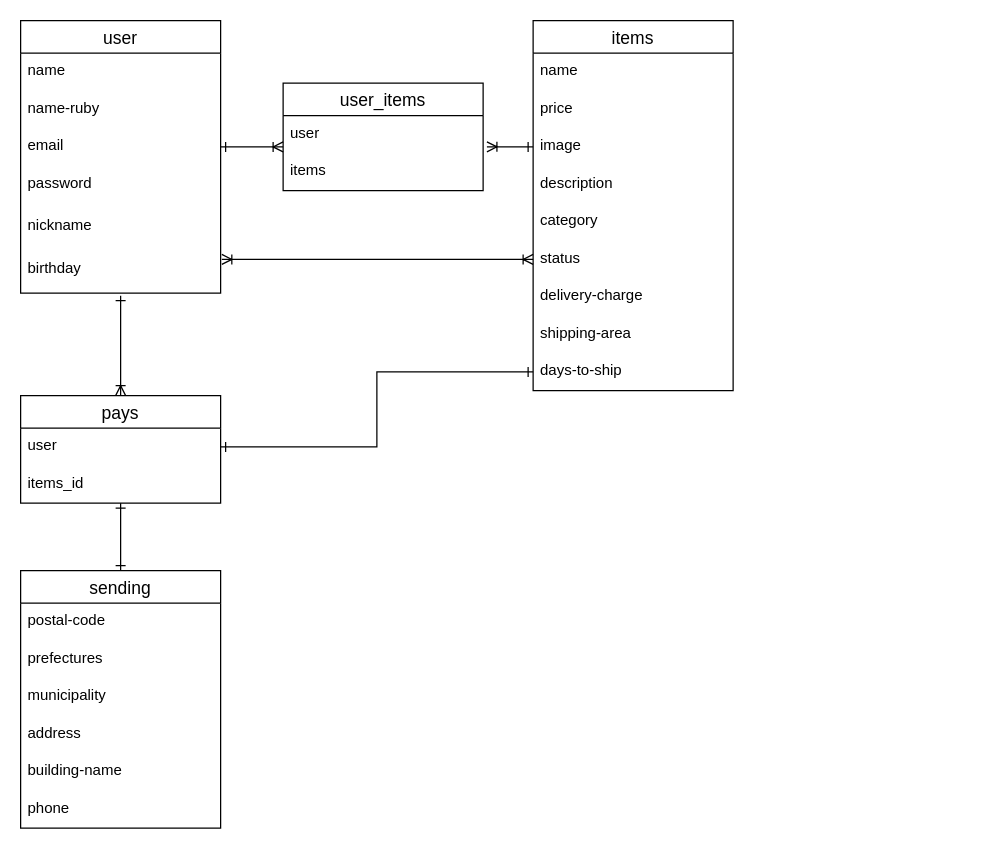
0925Daiki/furima-35540 keeps this draw.io diagram as furima.dio. Above is the earlier version. Source tidied: cells renumbered, new cells numbered last; positions are measured from the earlier drawing's top-left corner, leaving out a move shared by most shapes. Both pictures are drawn from the tidied source at 125%, with x=0, y=0 at pixel (20, 20).
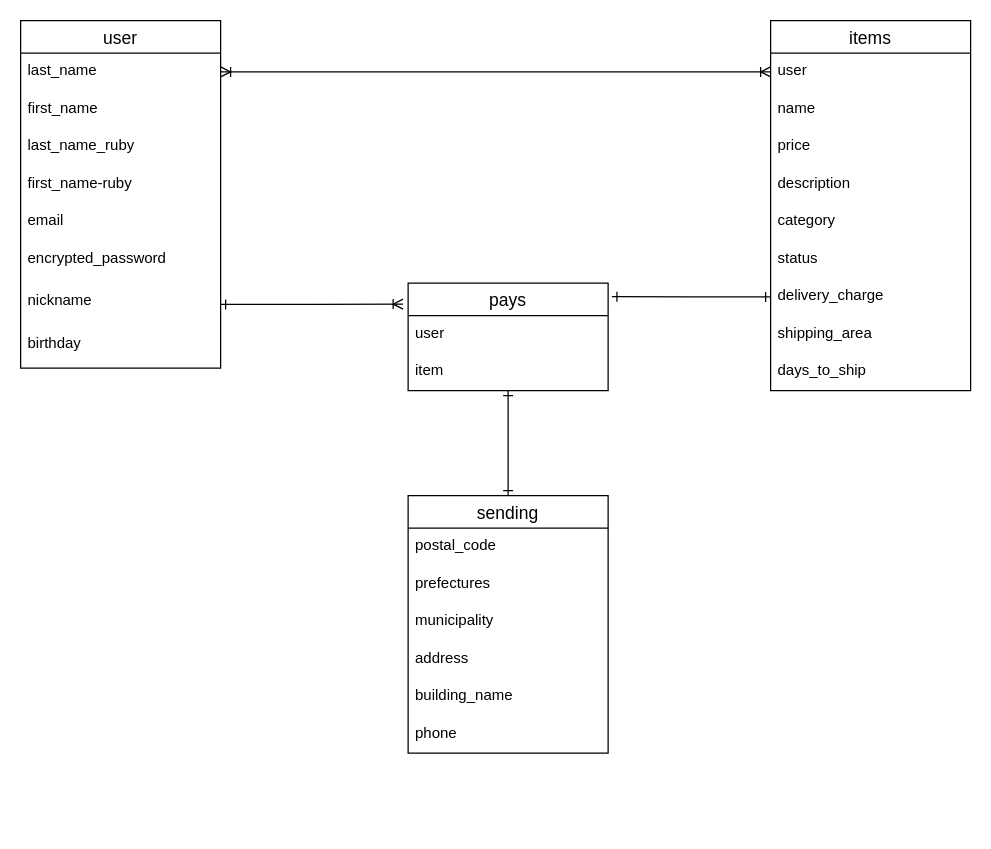
The same page after the edit.

Commit message (it also covers changes not shown here):
データベース設計　修正

Unchanged cells that the change refers to:
```xml
<mxCell id="15" value="status" style="text;strokeColor=none;fillColor=none;spacingLeft=4;spacingRight=4;overflow=hidden;points=[[0,0.5],[1,0.5]];portConstraint=eastwest;fontSize=12;" parent="9" vertex="1">
  <mxGeometry y="176" width="160" height="30" as="geometry" />
</mxCell>
<mxCell id="21" value="user" style="text;strokeColor=none;fillColor=none;spacingLeft=4;spacingRight=4;overflow=hidden;points=[[0,0.5],[1,0.5]];portConstraint=eastwest;fontSize=12;" parent="20" vertex="1">
  <mxGeometry y="26" width="160" height="30" as="geometry" />
</mxCell>
```

The edit, as a diff of the source:
```diff
@@
     <mxCell id="2" value="user" style="swimlane;fontStyle=0;horizontal=1;startSize=26;align=center;fontSize=14;" parent="1" vertex="1">
-      <mxGeometry width="160" height="218" as="geometry" />
+      <mxGeometry width="160" height="278" as="geometry" />
     </mxCell>
-    <mxCell id="3" value="name" style="text;strokeColor=none;fillColor=none;spacingLeft=4;spacingRight=4;overflow=hidden;points=[[0,0.5],[1,0.5]];portConstraint=eastwest;fontSize=12;" parent="2" vertex="1">
+    <mxCell id="3" value="last_name" style="text;strokeColor=none;fillColor=none;spacingLeft=4;spacingRight=4;overflow=hidden;points=[[0,0.5],[1,0.5]];portConstraint=eastwest;fontSize=12;" parent="2" vertex="1">
       <mxGeometry y="26" width="160" height="30" as="geometry" />
     </mxCell>
+    <mxCell id="38" value="first_name" style="text;strokeColor=none;fillColor=none;spacingLeft=4;spacingRight=4;overflow=hidden;fontSize=12;" parent="2" vertex="1">
+      <mxGeometry y="56" width="160" height="30" as="geometry" />
+    </mxCell>
+    <mxCell id="39" value="last_name_ruby" style="text;strokeColor=none;fillColor=none;spacingLeft=4;spacingRight=4;overflow=hidden;fontSize=12;" parent="2" vertex="1">
+      <mxGeometry y="86" width="160" height="30" as="geometry" />
+    </mxCell>
-    <mxCell id="4" value="name-ruby" style="text;strokeColor=none;fillColor=none;spacingLeft=4;spacingRight=4;overflow=hidden;fontSize=12;" parent="2" vertex="1">
-      <mxGeometry y="56" width="160" height="30" as="geometry" />
+    <mxCell id="4" value="first_name-ruby" style="text;strokeColor=none;fillColor=none;spacingLeft=4;spacingRight=4;overflow=hidden;fontSize=12;" parent="2" vertex="1">
+      <mxGeometry y="116" width="160" height="30" as="geometry" />
     </mxCell>
     <mxCell id="5" value="email" style="text;strokeColor=none;fillColor=none;spacingLeft=4;spacingRight=4;overflow=hidden;points=[[0,0.5],[1,0.5]];portConstraint=eastwest;fontSize=12;" parent="2" vertex="1">
-      <mxGeometry y="86" width="160" height="30" as="geometry" />
+      <mxGeometry y="146" width="160" height="30" as="geometry" />
     </mxCell>
-    <mxCell id="6" value="password" style="text;strokeColor=none;fillColor=none;spacingLeft=4;spacingRight=4;overflow=hidden;fontSize=12;" parent="2" vertex="1">
-      <mxGeometry y="116" width="160" height="34" as="geometry" />
+    <mxCell id="6" value="encrypted_password" style="text;strokeColor=none;fillColor=none;spacingLeft=4;spacingRight=4;overflow=hidden;fontSize=12;" parent="2" vertex="1">
+      <mxGeometry y="176" width="160" height="34" as="geometry" />
     </mxCell>
     <mxCell id="7" value="nickname" style="text;strokeColor=none;fillColor=none;spacingLeft=4;spacingRight=4;overflow=hidden;points=[[0,0.5],[1,0.5]];portConstraint=eastwest;fontSize=12;" parent="2" vertex="1">
-      <mxGeometry y="150" width="160" height="34" as="geometry" />
+      <mxGeometry y="210" width="160" height="34" as="geometry" />
     </mxCell>
     <mxCell id="8" value="birthday" style="text;strokeColor=none;fillColor=none;spacingLeft=4;spacingRight=4;overflow=hidden;points=[[0,0.5],[1,0.5]];portConstraint=eastwest;fontSize=12;" parent="2" vertex="1">
-      <mxGeometry y="184" width="160" height="34" as="geometry" />
+      <mxGeometry y="244" width="160" height="34" as="geometry" />
     </mxCell>
     <mxCell id="9" value="items" style="swimlane;fontStyle=0;horizontal=1;startSize=26;align=center;fontSize=14;" parent="1" vertex="1">
-      <mxGeometry x="410" width="160" height="296" as="geometry" />
+      <mxGeometry x="600" width="160" height="296" as="geometry" />
     </mxCell>
-    <mxCell id="10" value="name" style="text;strokeColor=none;fillColor=none;spacingLeft=4;spacingRight=4;overflow=hidden;points=[[0,0.5],[1,0.5]];portConstraint=eastwest;fontSize=12;" parent="9" vertex="1">
+    <mxCell id="10" value="user" style="text;strokeColor=none;fillColor=none;spacingLeft=4;spacingRight=4;overflow=hidden;points=[[0,0.5],[1,0.5]];portConstraint=eastwest;fontSize=12;" parent="9" vertex="1">
       <mxGeometry y="26" width="160" height="30" as="geometry" />
     </mxCell>
+    <mxCell id="40" value="name" style="text;strokeColor=none;fillColor=none;spacingLeft=4;spacingRight=4;overflow=hidden;fontSize=12;" parent="9" vertex="1">
+      <mxGeometry y="56" width="160" height="30" as="geometry" />
+    </mxCell>
     <mxCell id="11" value="price" style="text;strokeColor=none;fillColor=none;spacingLeft=4;spacingRight=4;overflow=hidden;fontSize=12;" parent="9" vertex="1">
-      <mxGeometry y="56" width="160" height="30" as="geometry" />
+      <mxGeometry y="86" width="160" height="30" as="geometry" />
     </mxCell>
-    <mxCell id="12" value="image" style="text;strokeColor=none;fillColor=none;spacingLeft=4;spacingRight=4;overflow=hidden;points=[[0,0.5],[1,0.5]];portConstraint=eastwest;fontSize=12;" parent="9" vertex="1">
-      <mxGeometry y="86" width="160" height="30" as="geometry" />
-    </mxCell>
@@
-    <mxCell id="16" value="delivery-charge" style="text;strokeColor=none;fillColor=none;spacingLeft=4;spacingRight=4;overflow=hidden;points=[[0,0.5],[1,0.5]];portConstraint=eastwest;fontSize=12;" parent="9" vertex="1">
+    <mxCell id="16" value="delivery_charge" style="text;strokeColor=none;fillColor=none;spacingLeft=4;spacingRight=4;overflow=hidden;points=[[0,0.5],[1,0.5]];portConstraint=eastwest;fontSize=12;" parent="9" vertex="1">
       <mxGeometry y="206" width="160" height="30" as="geometry" />
     </mxCell>
-    <mxCell id="17" value="shipping-area" style="text;strokeColor=none;fillColor=none;spacingLeft=4;spacingRight=4;overflow=hidden;fontSize=12;" parent="9" vertex="1">
+    <mxCell id="17" value="shipping_area" style="text;strokeColor=none;fillColor=none;spacingLeft=4;spacingRight=4;overflow=hidden;fontSize=12;" parent="9" vertex="1">
       <mxGeometry y="236" width="160" height="30" as="geometry" />
     </mxCell>
-    <mxCell id="18" value="days-to-ship" style="text;strokeColor=none;fillColor=none;spacingLeft=4;spacingRight=4;overflow=hidden;points=[[0,0.5],[1,0.5]];portConstraint=eastwest;fontSize=12;" parent="9" vertex="1">
+    <mxCell id="18" value="days_to_ship" style="text;strokeColor=none;fillColor=none;spacingLeft=4;spacingRight=4;overflow=hidden;points=[[0,0.5],[1,0.5]];portConstraint=eastwest;fontSize=12;" parent="9" vertex="1">
       <mxGeometry y="266" width="160" height="30" as="geometry" />
     </mxCell>
-    <mxCell id="19" style="edgeStyle=orthogonalEdgeStyle;rounded=0;jettySize=auto;html=1;exitX=0.5;exitY=0;exitDx=0;exitDy=0;startArrow=ERoneToMany;startFill=0;endArrow=ERone;endFill=0;" parent="1" edge="1" source="20">
-      <mxGeometry relative="1" as="geometry">
-        <mxPoint x="80" y="220" as="targetPoint" />
-      </mxGeometry>
-    </mxCell>
     <mxCell id="20" value="pays" style="swimlane;fontStyle=0;horizontal=1;startSize=26;align=center;fontSize=14;" parent="1" vertex="1">
-      <mxGeometry y="300" width="160" height="86" as="geometry" />
+      <mxGeometry x="310" y="210" width="160" height="86" as="geometry" />
     </mxCell>
@@
-    <mxCell id="22" value="items_id" style="text;strokeColor=none;fillColor=none;spacingLeft=4;spacingRight=4;overflow=hidden;fontSize=12;" parent="20" vertex="1">
+    <mxCell id="22" value="item" style="text;strokeColor=none;fillColor=none;spacingLeft=4;spacingRight=4;overflow=hidden;fontSize=12;" parent="20" vertex="1">
       <mxGeometry y="56" width="160" height="30" as="geometry" />
     </mxCell>
@@
     <mxCell id="24" value="sending" style="swimlane;fontStyle=0;horizontal=1;startSize=26;align=center;fontSize=14;" parent="1" vertex="1">
-      <mxGeometry y="440" width="160" height="206" as="geometry" />
+      <mxGeometry x="310" y="380" width="160" height="206" as="geometry" />
     </mxCell>
-    <mxCell id="25" value="postal-code" style="text;strokeColor=none;fillColor=none;spacingLeft=4;spacingRight=4;overflow=hidden;fontSize=12;" parent="24" vertex="1">
+    <mxCell id="25" value="postal_code" style="text;strokeColor=none;fillColor=none;spacingLeft=4;spacingRight=4;overflow=hidden;fontSize=12;" parent="24" vertex="1">
       <mxGeometry y="26" width="160" height="30" as="geometry" />
     </mxCell>
@@
-    <mxCell id="29" value="building-name" style="text;strokeColor=none;fillColor=none;spacingLeft=4;spacingRight=4;overflow=hidden;fontSize=12;" parent="24" vertex="1">
+    <mxCell id="29" value="building_name" style="text;strokeColor=none;fillColor=none;spacingLeft=4;spacingRight=4;overflow=hidden;fontSize=12;" parent="24" vertex="1">
       <mxGeometry y="146" width="160" height="30" as="geometry" />
     </mxCell>
@@
-    <mxCell id="31" style="edgeStyle=orthogonalEdgeStyle;rounded=0;jettySize=auto;html=1;exitX=1;exitY=0.5;exitDx=0;exitDy=0;entryX=0;entryY=0.5;entryDx=0;entryDy=0;startArrow=ERone;startFill=0;endArrow=ERoneToMany;endFill=0;" parent="1" edge="1" source="5">
-      <mxGeometry relative="1" as="geometry">
-        <mxPoint x="210" y="101" as="targetPoint" />
-      </mxGeometry>
-    </mxCell>
-    <mxCell id="32" style="edgeStyle=orthogonalEdgeStyle;rounded=0;jettySize=auto;html=1;exitX=0;exitY=0.5;exitDx=0;exitDy=0;entryX=1;entryY=0.5;entryDx=0;entryDy=0;startArrow=ERone;startFill=0;endArrow=ERone;endFill=0;" parent="1" edge="1" source="18" target="21">
-      <mxGeometry relative="1" as="geometry" />
-    </mxCell>
-    <mxCell id="33" value="user_items" style="swimlane;fontStyle=0;horizontal=1;startSize=26;align=center;fontSize=14;" parent="1" vertex="1">
-      <mxGeometry x="210" y="50" width="160" height="86" as="geometry" />
-    </mxCell>
-    <mxCell id="34" value="user" style="text;strokeColor=none;fillColor=none;spacingLeft=4;spacingRight=4;overflow=hidden;points=[[0,0.5],[1,0.5]];portConstraint=eastwest;fontSize=12;" parent="33" vertex="1">
-      <mxGeometry y="26" width="160" height="30" as="geometry" />
-    </mxCell>
-    <mxCell id="35" value="items" style="text;strokeColor=none;fillColor=none;spacingLeft=4;spacingRight=4;overflow=hidden;fontSize=12;" parent="33" vertex="1">
-      <mxGeometry y="56" width="160" height="30" as="geometry" />
-    </mxCell>
-    <mxCell id="36" style="edgeStyle=orthogonalEdgeStyle;rounded=0;jettySize=auto;html=1;exitX=0;exitY=0.5;exitDx=0;exitDy=0;entryX=1.019;entryY=0.833;entryDx=0;entryDy=0;entryPerimeter=0;startArrow=ERone;startFill=0;endArrow=ERoneToMany;endFill=0;" parent="1" edge="1" source="12" target="34">
-      <mxGeometry relative="1" as="geometry" />
-    </mxCell>
-    <mxCell id="37" style="edgeStyle=orthogonalEdgeStyle;rounded=0;jettySize=auto;html=1;exitX=0;exitY=0.5;exitDx=0;exitDy=0;entryX=1.006;entryY=0.206;entryDx=0;entryDy=0;entryPerimeter=0;startArrow=ERoneToMany;startFill=0;endArrow=ERoneToMany;endFill=0;" parent="1" edge="1" source="15" target="8">
-      <mxGeometry relative="1" as="geometry" />
-    </mxCell>
+    <mxCell id="41" style="edgeStyle=orthogonalEdgeStyle;rounded=0;jettySize=auto;html=1;exitX=0;exitY=0.5;exitDx=0;exitDy=0;entryX=1;entryY=0.5;entryDx=0;entryDy=0;startArrow=ERoneToMany;startFill=0;endArrow=ERoneToMany;endFill=0;" parent="1" edge="1" source="10" target="3">
+      <mxGeometry relative="1" as="geometry" />
+    </mxCell>
+    <mxCell id="42" style="edgeStyle=orthogonalEdgeStyle;rounded=0;jettySize=auto;html=1;exitX=1;exitY=0.5;exitDx=0;exitDy=0;entryX=-0.025;entryY=0.195;entryDx=0;entryDy=0;entryPerimeter=0;startArrow=ERone;startFill=0;endArrow=ERoneToMany;endFill=0;" parent="1" edge="1" source="7" target="20">
+      <mxGeometry relative="1" as="geometry" />
+    </mxCell>
+    <mxCell id="43" style="edgeStyle=orthogonalEdgeStyle;rounded=0;jettySize=auto;html=1;exitX=0;exitY=0.5;exitDx=0;exitDy=0;entryX=1.019;entryY=0.126;entryDx=0;entryDy=0;entryPerimeter=0;startArrow=ERone;startFill=0;endArrow=ERone;endFill=0;" parent="1" edge="1" source="16" target="20">
+      <mxGeometry relative="1" as="geometry" />
+    </mxCell>
```
